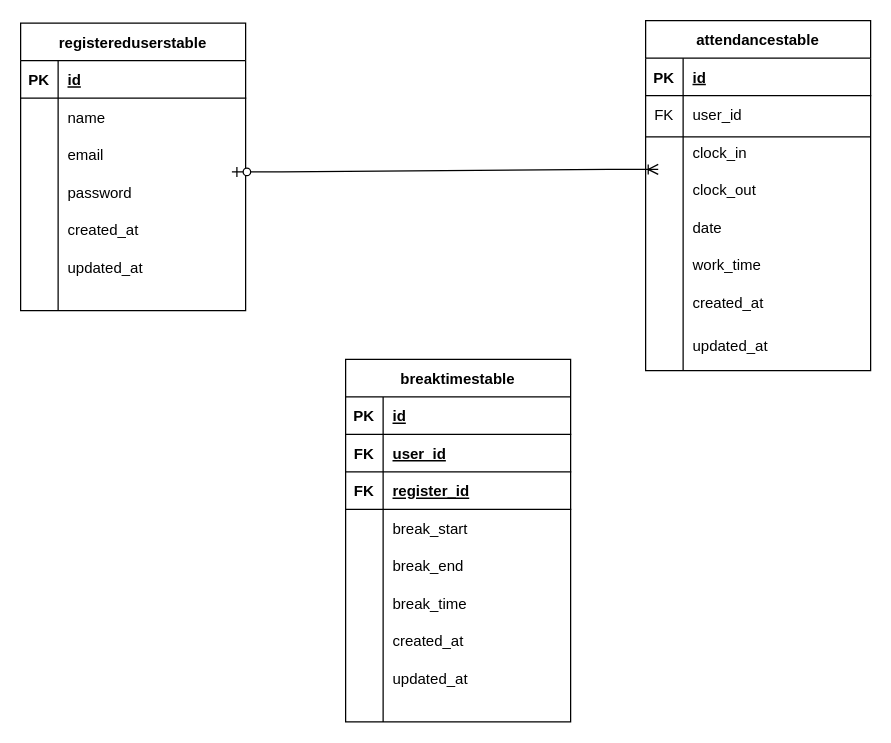
Above: ER.drawio in Otsumu/timetrack (draw.io), before the change. Source tidied: cells renumbered, new cells numbered last; positions are measured from the earlier drawing's top-left corner, leaving out a move shared by most shapes. Both pictures are drawn from the tidied source at 125%, with x=0, y=0 at pixel (20, 20).
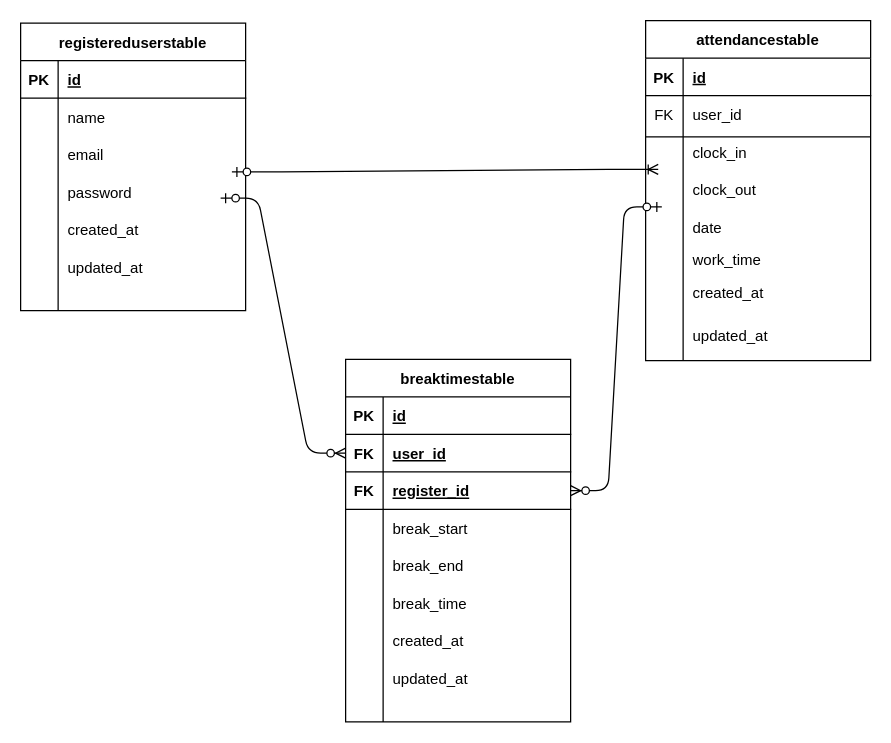
After the change.

The change refers to these unchanged cells:
```xml
<mxCell id="37" style="shape=tableRow;horizontal=0;startSize=0;swimlaneHead=0;swimlaneBody=0;fillColor=none;points=[[0,0.5],[1,0.5]];portConstraint=eastwest;top=0;left=0;right=0;bottom=0;" parent="24" vertex="1">
  <mxGeometry y="150" width="180" height="30" as="geometry" />
</mxCell>
<mxCell id="55" style="shape=tableRow;horizontal=0;startSize=0;swimlaneHead=0;swimlaneBody=0;fillColor=none;points=[[0,0.5],[1,0.5]];portConstraint=eastwest;top=0;left=0;right=0;bottom=1;" parent="51" vertex="1">
  <mxGeometry y="60" width="180" height="30" as="geometry" />
</mxCell>
<mxCell id="58" style="shape=tableRow;horizontal=0;startSize=0;swimlaneHead=0;swimlaneBody=0;fillColor=none;points=[[0,0.5],[1,0.5]];portConstraint=eastwest;top=0;left=0;right=0;bottom=1;" parent="51" vertex="1">
  <mxGeometry y="90" width="180" height="30" as="geometry" />
</mxCell>
```

Diff of the diagram source:
```diff
@@
     <mxCell id="24" value="attendancestable" style="shape=table;startSize=30;childLayout=tableLayout;rowLines=0;fontStyle=1;align=center;" parent="1" vertex="1">
-      <mxGeometry x="500" width="180" height="280" as="geometry" />
+      <mxGeometry x="500" width="180" height="272" as="geometry" />
     </mxCell>
@@
     <mxCell id="40" style="shape=tableRow;horizontal=0;startSize=0;swimlaneHead=0;swimlaneBody=0;fillColor=none;top=0;left=0;right=0;bottom=0;" parent="24" vertex="1">
-      <mxGeometry y="180" width="180" height="30" as="geometry" />
+      <mxGeometry y="180" width="180" height="22" as="geometry" />
     </mxCell>
     <mxCell id="41" style="shape=partialRectangle;fillColor=none;top=0;left=0;bottom=0;right=0;overflow=hidden;" parent="40" vertex="1">
-      <mxGeometry width="30" height="30" as="geometry" />
+      <mxGeometry width="30" height="22" as="geometry" />
     </mxCell>
     <mxCell id="42" value="work_time" style="shape=partialRectangle;fillColor=none;top=0;left=0;bottom=0;right=0;align=left;spacingLeft=6;overflow=hidden;" parent="40" vertex="1">
-      <mxGeometry x="30" width="150" height="30" as="geometry" />
+      <mxGeometry x="30" width="150" height="22" as="geometry" />
     </mxCell>
     <mxCell id="43" style="shape=tableRow;horizontal=0;startSize=0;swimlaneHead=0;swimlaneBody=0;fillColor=none;top=0;left=0;right=0;bottom=0;" parent="24" vertex="1">
-      <mxGeometry y="210" width="180" height="30" as="geometry" />
+      <mxGeometry y="202" width="180" height="30" as="geometry" />
     </mxCell>
@@
     <mxCell id="46" style="shape=tableRow;horizontal=0;startSize=0;swimlaneHead=0;swimlaneBody=0;fillColor=none;top=0;left=0;right=0;bottom=0;" parent="24" vertex="1">
-      <mxGeometry y="240" width="180" height="40" as="geometry" />
+      <mxGeometry y="232" width="180" height="40" as="geometry" />
     </mxCell>
@@
+    <mxCell id="79" style="edgeStyle=entityRelationEdgeStyle;fontSize=12;html=1;endArrow=ERzeroToMany;startArrow=ERzeroToOne;entryX=0;entryY=0.5;entryDx=0;entryDy=0;" parent="1" edge="1" target="55">
+      <mxGeometry relative="1" as="geometry">
+        <mxPoint x="160" y="142" as="sourcePoint" />
+      </mxGeometry>
+    </mxCell>
+    <mxCell id="80" style="edgeStyle=entityRelationEdgeStyle;fontSize=12;html=1;endArrow=ERzeroToMany;startArrow=ERzeroToOne;exitX=0.072;exitY=-0.033;exitDx=0;exitDy=0;exitPerimeter=0;" parent="1" edge="1" source="37" target="58">
+      <mxGeometry relative="1" as="geometry" />
+    </mxCell>
```
